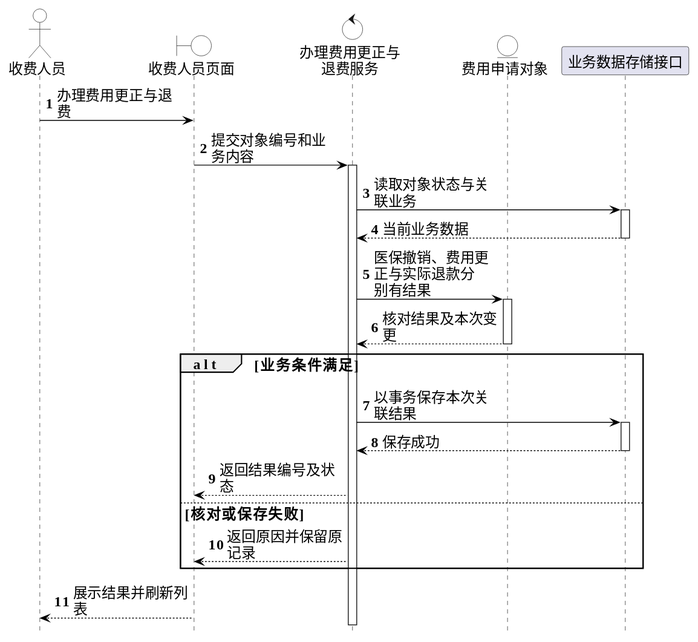
Above: 01-需求文档/diagrams/integrated-20261019/design-seq-14.svg in Shawmc-creator/systemAnalyseAndDesign (PlantUML), before the change. Its source is kept beside it as 01-需求文档/diagrams/integrated-20261019/design-seq-14.puml.
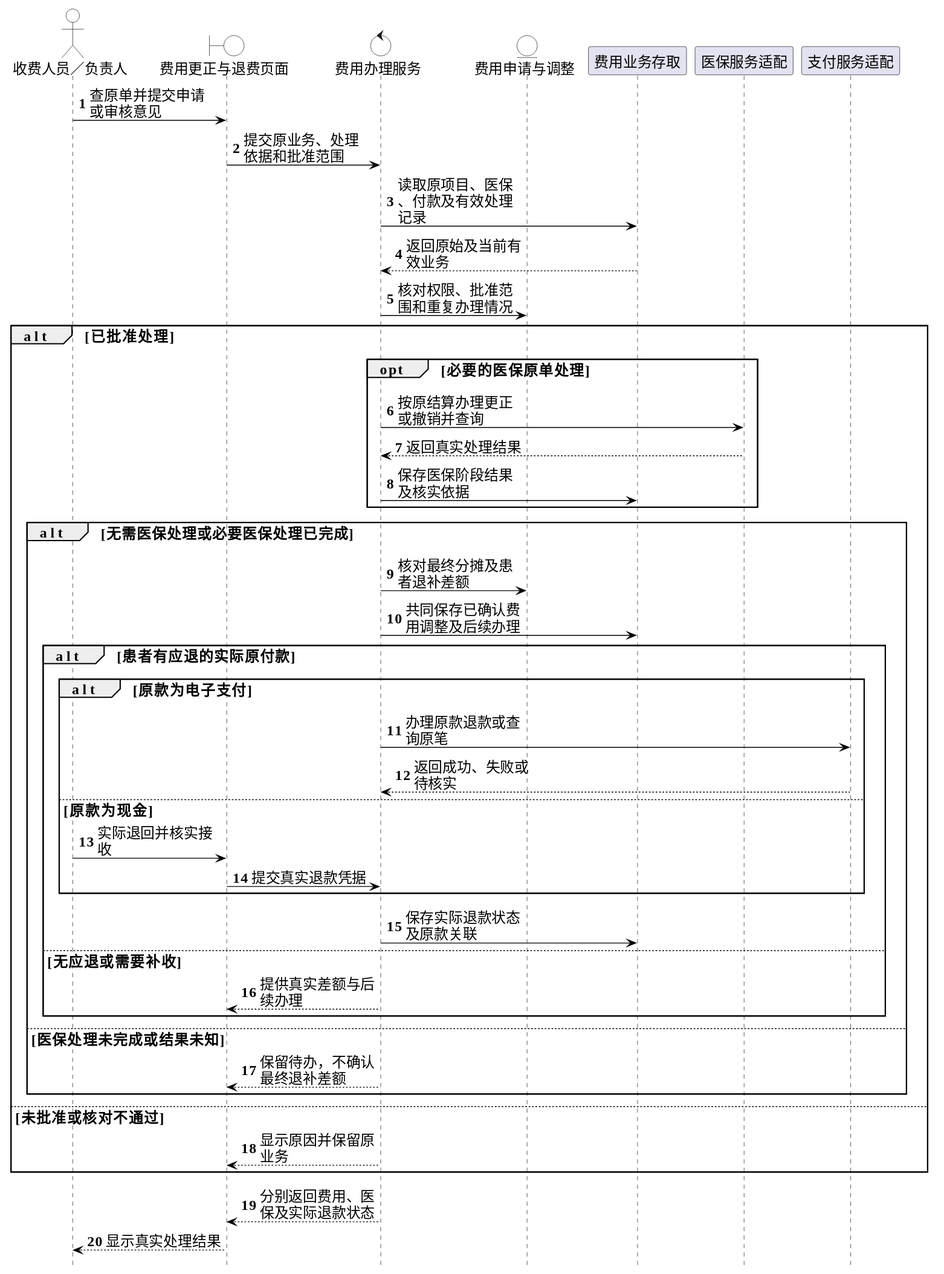
After the commit.

The edit, as a diff of the source:
```diff
@@ -16,33 +16,47 @@
 skinparam ranksep 34
 hide footbox
 autonumber
-skinparam maxMessageSize 150
-actor "收费人员" as A
-boundary "收费人员页面" as P
-control "办理费用更正与\n退费服务" as S
-entity "费用申请对象" as E
-participant "业务数据存储接口" as R
-A -> P : 办理费用更正与退费
-P -> S : 提交对象编号和业务内容
-activate S
-S -> R : 读取对象状态与关联业务
-activate R
-R --> S : 当前业务数据
-deactivate R
-S -> E : 医保撤销、费用更正与实际退款分\n别有结果
-activate E
-E --> S : 核对结果及本次变更
-deactivate E
-alt 业务条件满足
-S -> R : 以事务保存本次关联结果
-activate R
-R --> S : 保存成功
-deactivate R
-S --> P : 返回结果编号及状态
-else 核对或保存失败
-S --> P : 返回原因并保留原记录
+skinparam maxMessageSize 145
+actor "收费人员／负责人" as A
+boundary "费用更正与退费页面" as P
+control "费用办理服务" as S
+entity "费用申请与调整" as C
+participant "费用业务存取" as R
+participant "医保服务适配" as I
+participant "支付服务适配" as Pay
+A -> P : 查原单并提交申请或审核意见
+P -> S : 提交原业务、处理依据和批准范围
+S -> R : 读取原项目、医保、付款及有效处理记录
+R --> S : 返回原始及当前有效业务
+S -> C : 核对权限、批准范围和重复办理情况
+alt 已批准处理
+ opt 必要的医保原单处理
+  S -> I : 按原结算办理更正或撤销并查询
+  I --> S : 返回真实处理结果
+  S -> R : 保存医保阶段结果及核实依据
+ end
+ alt 无需医保处理或必要医保处理已完成
+  S -> C : 核对最终分摊及患者退补差额
+  S -> R : 共同保存已确认费用调整及后续办理
+  alt 患者有应退的实际原付款
+   alt 原款为电子支付
+    S -> Pay : 办理原款退款或查询原笔
+    Pay --> S : 返回成功、失败或待核实
+   else 原款为现金
+    A -> P : 实际退回并核实接收
+    P -> S : 提交真实退款凭据
+   end
+   S -> R : 保存实际退款状态及原款关联
+  else 无应退或需要补收
+   S --> P : 提供真实差额与后续办理
+  end
+ else 医保处理未完成或结果未知
+  S --> P : 保留待办，不确认最终退补差额
+ end
+else 未批准或核对不通过
+ S --> P : 显示原因并保留原业务
 end
-P --> A : 展示结果并刷新列表
-deactivate S
+S --> P : 分别返回费用、医保及实际退款状态
+P --> A : 显示真实处理结果
 
 @enduml
```
